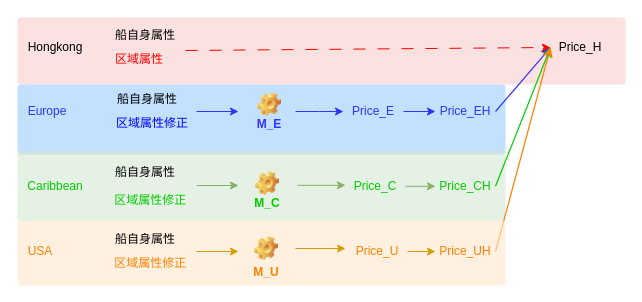
This is 99_resources/11_img/model_3.drawio from dataml-cn/playground, a draw.io file, before an edit. Source tidied: cells renumbered, new cells numbered last; positions are measured from the earlier drawing's top-left corner, leaving out a move shared by most shapes. Both pictures are drawn from the tidied source at 100%, with x=0, y=0 at pixel (17, 17).
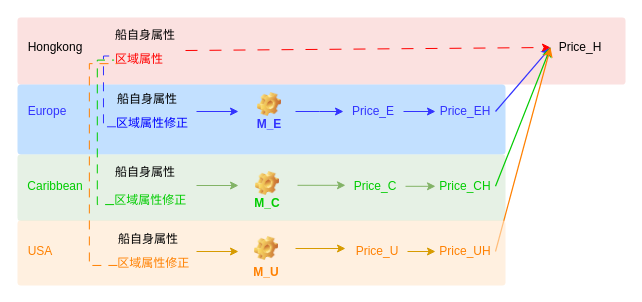
The same page after the edit.

The change refers to these unchanged cells:
```xml
<mxCell id="12" style="group;" parent="1" vertex="1">
  <mxGeometry x="8" y="137" width="550" height="70" as="geometry" />
</mxCell>
```

Change to the diagram source:
```diff
@@
     <mxCell id="5" style="group;" parent="1" vertex="1">
-      <mxGeometry x="88" y="3" width="80" height="54" as="geometry" />
+      <mxGeometry x="88" y="3" width="312.3" height="206.1" as="geometry" />
     </mxCell>
@@
     <mxCell id="13" style="rounded=1;whiteSpace=wrap;html=1;fillColor=#d5e8d4;strokeColor=none;opacity=60;arcSize=5;" parent="12" vertex="1">
-      <mxGeometry x="-8" y="-3.5" width="488" height="70" as="geometry" />
+      <mxGeometry x="-8" width="488" height="66.5" as="geometry" />
     </mxCell>
@@
     <mxCell id="50" style="group;" parent="1" vertex="1">
-      <mxGeometry x="88" y="207" width="90" height="54" as="geometry" />
+      <mxGeometry x="91" y="207" width="90" height="54" as="geometry" />
     </mxCell>
@@
+    <mxCell id="57" style="shape=partialRectangle;whiteSpace=wrap;html=1;bottom=1;right=1;left=1;top=0;fillColor=none;routingCenterX=-0.5;rotation=90;strokeColor=#3333FF;dashed=1;dashPattern=8 8;" parent="1" vertex="1">
+      <mxGeometry x="56.6" y="67.9" width="70.8" height="12" as="geometry" />
+    </mxCell>
+    <mxCell id="58" style="shape=partialRectangle;whiteSpace=wrap;html=1;bottom=1;right=1;left=1;top=0;fillColor=none;routingCenterX=-0.5;rotation=90;strokeColor=#FF8000;dashed=1;dashPattern=8 8;" parent="1" vertex="1">
+      <mxGeometry x="-15.3" y="133.3" width="201.8" height="27.5" as="geometry" />
+    </mxCell>
+    <mxCell id="59" style="shape=partialRectangle;whiteSpace=wrap;html=1;bottom=1;right=1;left=1;top=0;fillColor=none;routingCenterX=-0.5;rotation=90;strokeColor=#00CC00;dashed=1;dashPattern=8 8;" parent="1" vertex="1">
+      <mxGeometry x="15.7" y="106.7" width="144.5" height="16.3" as="geometry" />
+    </mxCell>
```
